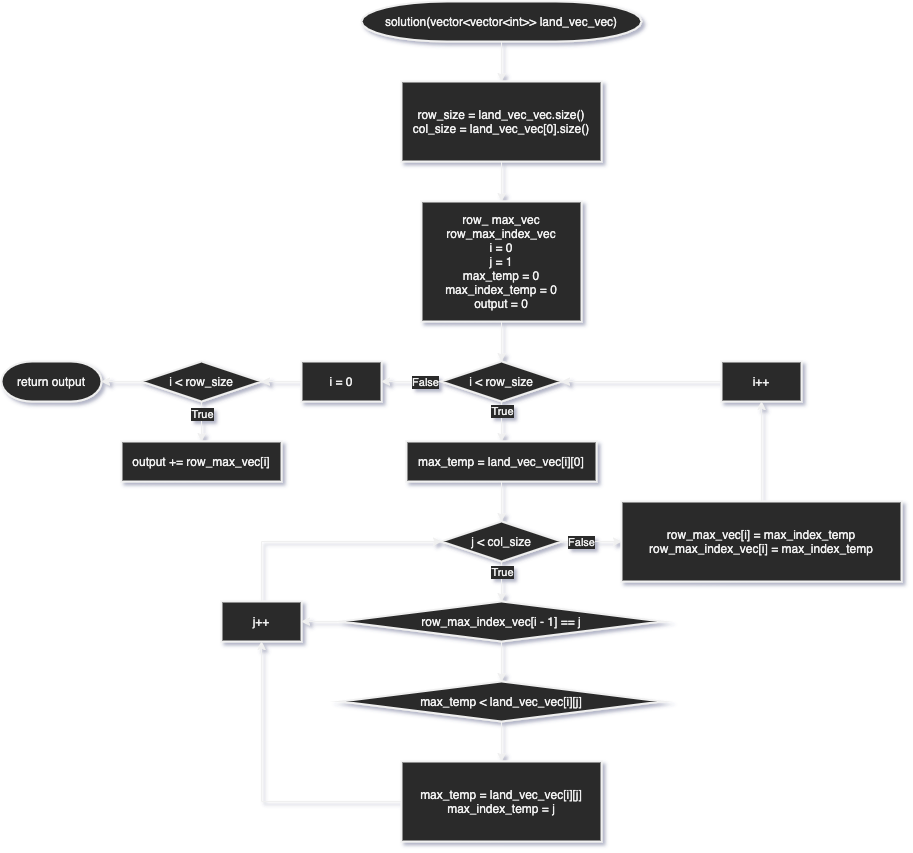
Before: ground picking-before.png, a diagram exported from draw.io (kalgory/201120_Ground-Picking_JHM). Source tidied: cells renumbered, new cells last; positions are measured from the earlier drawing's top-left corner, leaving out a move shared by most shapes. Source of this version:
```xml
<mxGraphModel>
  <root>
    <mxCell id="0" />
    <mxCell id="1" parent="0" />
    <mxCell id="2" style="edgeStyle=orthogonalEdgeStyle;rounded=0;jettySize=auto;html=1;" parent="1" edge="1" source="3" target="5">
      <mxGeometry relative="1" as="geometry" />
    </mxCell>
    <mxCell id="3" value="solution(vector&amp;lt;vector&amp;lt;int&amp;gt;&amp;gt; land_vec_vec)" style="strokeWidth=2;html=1;shape=mxgraph.flowchart.terminator;whiteSpace=wrap;" parent="1" vertex="1">
      <mxGeometry x="360" width="280" height="40" as="geometry" />
    </mxCell>
    <mxCell id="4" style="edgeStyle=orthogonalEdgeStyle;rounded=0;jettySize=auto;html=1;" parent="1" edge="1" source="5" target="12">
      <mxGeometry relative="1" as="geometry" />
    </mxCell>
    <mxCell id="5" value="row_size = land_vec_vec.size()&lt;br&gt;col_size = land_vec_vec[0].size()&lt;br&gt;" style="whiteSpace=wrap;html=1;strokeWidth=2;verticalAlign=middle;" parent="1" vertex="1">
      <mxGeometry x="400" y="80" width="200" height="80" as="geometry" />
    </mxCell>
    <mxCell id="6" style="edgeStyle=orthogonalEdgeStyle;rounded=0;jettySize=auto;html=1;" parent="1" edge="1" source="10" target="24">
      <mxGeometry relative="1" as="geometry" />
    </mxCell>
    <mxCell id="7" value="True" style="edgeLabel;html=1;align=center;verticalAlign=middle;" parent="6" vertex="1">
      <mxGeometry x="-0.5" y="-1" relative="1" as="geometry">
        <mxPoint x="1" y="-0.3" as="offset" />
      </mxGeometry>
    </mxCell>
    <mxCell id="8" style="edgeStyle=orthogonalEdgeStyle;rounded=0;jettySize=auto;html=1;" parent="1" edge="1" source="10" target="34">
      <mxGeometry relative="1" as="geometry" />
    </mxCell>
    <mxCell id="9" value="False" style="edgeLabel;html=1;align=center;verticalAlign=middle;" parent="8" vertex="1">
      <mxGeometry x="-0.58" relative="1" as="geometry">
        <mxPoint x="-3.5" as="offset" />
      </mxGeometry>
    </mxCell>
    <mxCell id="10" value="i &amp;lt; row_size" style="rhombus;whiteSpace=wrap;html=1;strokeWidth=2;" parent="1" vertex="1">
      <mxGeometry x="440" y="360" width="120" height="40" as="geometry" />
    </mxCell>
    <mxCell id="11" style="edgeStyle=orthogonalEdgeStyle;rounded=0;jettySize=auto;html=1;" parent="1" edge="1" source="12" target="10">
      <mxGeometry relative="1" as="geometry" />
    </mxCell>
    <mxCell id="12" value="row_ max_vec&lt;br&gt;row_max_index_vec&lt;br&gt;i = 0&lt;br&gt;j = 1&lt;br&gt;max_temp = 0&lt;br&gt;max_index_temp = 0&lt;br&gt;output = 0" style="whiteSpace=wrap;html=1;strokeWidth=2;" parent="1" vertex="1">
      <mxGeometry x="420" y="200" width="160" height="120" as="geometry" />
    </mxCell>
    <mxCell id="13" style="edgeStyle=orthogonalEdgeStyle;rounded=0;jettySize=auto;html=1;" parent="1" edge="1" source="17" target="20">
      <mxGeometry relative="1" as="geometry" />
    </mxCell>
    <mxCell id="14" value="True" style="edgeLabel;html=1;align=center;verticalAlign=middle;" parent="13" vertex="1">
      <mxGeometry x="-0.32" relative="1" as="geometry">
        <mxPoint y="-3.7" as="offset" />
      </mxGeometry>
    </mxCell>
    <mxCell id="15" style="edgeStyle=orthogonalEdgeStyle;rounded=0;jettySize=auto;html=1;" parent="1" edge="1" source="17" target="30">
      <mxGeometry relative="1" as="geometry" />
    </mxCell>
    <mxCell id="16" value="False" style="edgeLabel;html=1;align=center;verticalAlign=middle;" parent="15" vertex="1">
      <mxGeometry x="-0.66" y="-2" relative="1" as="geometry">
        <mxPoint x="9.7" y="-2" as="offset" />
      </mxGeometry>
    </mxCell>
    <mxCell id="17" value="j &amp;lt; col_size" style="rhombus;whiteSpace=wrap;html=1;strokeWidth=2;" parent="1" vertex="1">
      <mxGeometry x="440" y="520" width="120" height="40" as="geometry" />
    </mxCell>
    <mxCell id="18" style="edgeStyle=orthogonalEdgeStyle;rounded=0;jettySize=auto;html=1;" parent="1" edge="1" source="20" target="22">
      <mxGeometry relative="1" as="geometry" />
    </mxCell>
    <mxCell id="19" style="edgeStyle=orthogonalEdgeStyle;rounded=0;jettySize=auto;html=1;" parent="1" edge="1" source="20" target="26">
      <mxGeometry relative="1" as="geometry" />
    </mxCell>
    <mxCell id="20" value="row_max_index_vec[i - 1] == j" style="rhombus;whiteSpace=wrap;html=1;strokeWidth=2;" parent="1" vertex="1">
      <mxGeometry x="340" y="600" width="320" height="40" as="geometry" />
    </mxCell>
    <mxCell id="21" style="edgeStyle=orthogonalEdgeStyle;rounded=0;jettySize=auto;html=1;entryX=0;entryY=0.5;entryDx=0;entryDy=0;" parent="1" edge="1" source="22" target="17">
      <mxGeometry relative="1" as="geometry">
        <Array as="points">
          <mxPoint x="260" y="540" />
        </Array>
      </mxGeometry>
    </mxCell>
    <mxCell id="22" value="j++" style="whiteSpace=wrap;html=1;strokeWidth=2;" parent="1" vertex="1">
      <mxGeometry x="220" y="600" width="80" height="40" as="geometry" />
    </mxCell>
    <mxCell id="23" style="edgeStyle=orthogonalEdgeStyle;rounded=0;jettySize=auto;html=1;" parent="1" edge="1" source="24" target="17">
      <mxGeometry relative="1" as="geometry" />
    </mxCell>
    <mxCell id="24" value="max_temp = land_vec_vec[i][0]" style="whiteSpace=wrap;html=1;strokeWidth=2;" parent="1" vertex="1">
      <mxGeometry x="405" y="440" width="190" height="40" as="geometry" />
    </mxCell>
    <mxCell id="25" style="edgeStyle=orthogonalEdgeStyle;rounded=0;jettySize=auto;html=1;" parent="1" edge="1" source="26" target="28">
      <mxGeometry relative="1" as="geometry" />
    </mxCell>
    <mxCell id="26" value="max_temp &amp;lt; land_vec_vec[i][j]" style="rhombus;whiteSpace=wrap;html=1;strokeWidth=2;" parent="1" vertex="1">
      <mxGeometry x="340" y="680" width="320" height="40" as="geometry" />
    </mxCell>
    <mxCell id="27" style="edgeStyle=orthogonalEdgeStyle;rounded=0;jettySize=auto;html=1;entryX=0.5;entryY=1;entryDx=0;entryDy=0;" parent="1" edge="1" source="28" target="22">
      <mxGeometry relative="1" as="geometry" />
    </mxCell>
    <mxCell id="28" value="max_temp = land_vec_vec[i][j]&lt;br&gt;max_index_temp = j" style="whiteSpace=wrap;html=1;strokeWidth=2;" parent="1" vertex="1">
      <mxGeometry x="400" y="760" width="200" height="80" as="geometry" />
    </mxCell>
    <mxCell id="29" style="edgeStyle=orthogonalEdgeStyle;rounded=0;jettySize=auto;html=1;" parent="1" edge="1" source="30" target="32">
      <mxGeometry relative="1" as="geometry" />
    </mxCell>
    <mxCell id="30" value="&lt;span&gt;row_max_vec[i] = max_index_temp&lt;br&gt;&lt;/span&gt;row_max_index_vec[i] = max_index_temp&lt;span&gt;&lt;br&gt;&lt;/span&gt;" style="whiteSpace=wrap;html=1;strokeWidth=2;" parent="1" vertex="1">
      <mxGeometry x="620" y="500" width="280" height="80" as="geometry" />
    </mxCell>
    <mxCell id="31" style="edgeStyle=orthogonalEdgeStyle;rounded=0;jettySize=auto;html=1;entryX=1;entryY=0.5;entryDx=0;entryDy=0;" parent="1" edge="1" source="32" target="10">
      <mxGeometry relative="1" as="geometry" />
    </mxCell>
    <mxCell id="32" value="i++" style="whiteSpace=wrap;html=1;strokeWidth=2;" parent="1" vertex="1">
      <mxGeometry x="720" y="360" width="80" height="40" as="geometry" />
    </mxCell>
    <mxCell id="33" style="edgeStyle=orthogonalEdgeStyle;rounded=0;jettySize=auto;html=1;" parent="1" edge="1" source="34" target="38">
      <mxGeometry relative="1" as="geometry" />
    </mxCell>
    <mxCell id="34" value="i = 0" style="whiteSpace=wrap;html=1;strokeWidth=2;" parent="1" vertex="1">
      <mxGeometry x="300" y="360" width="80" height="40" as="geometry" />
    </mxCell>
    <mxCell id="35" style="edgeStyle=orthogonalEdgeStyle;rounded=0;jettySize=auto;html=1;" parent="1" edge="1" source="38" target="39">
      <mxGeometry relative="1" as="geometry" />
    </mxCell>
    <mxCell id="36" value="True" style="edgeLabel;html=1;align=center;verticalAlign=middle;" parent="35" vertex="1">
      <mxGeometry x="-0.42" relative="1" as="geometry" />
    </mxCell>
    <mxCell id="37" style="edgeStyle=orthogonalEdgeStyle;rounded=0;jettySize=auto;html=1;" parent="1" edge="1" source="38" target="40">
      <mxGeometry relative="1" as="geometry" />
    </mxCell>
    <mxCell id="38" value="&lt;span&gt;i &amp;lt; row_size&lt;/span&gt;" style="rhombus;whiteSpace=wrap;html=1;strokeWidth=2;" parent="1" vertex="1">
      <mxGeometry x="140" y="360" width="120" height="40" as="geometry" />
    </mxCell>
    <mxCell id="39" value="output += row_max_vec[i]" style="whiteSpace=wrap;html=1;strokeWidth=2;" parent="1" vertex="1">
      <mxGeometry x="120" y="440" width="160" height="40" as="geometry" />
    </mxCell>
    <mxCell id="40" value="return output" style="strokeWidth=2;html=1;shape=mxgraph.flowchart.terminator;whiteSpace=wrap;" parent="1" vertex="1">
      <mxGeometry y="360" width="100" height="40" as="geometry" />
    </mxCell>
  </root>
</mxGraphModel>
```
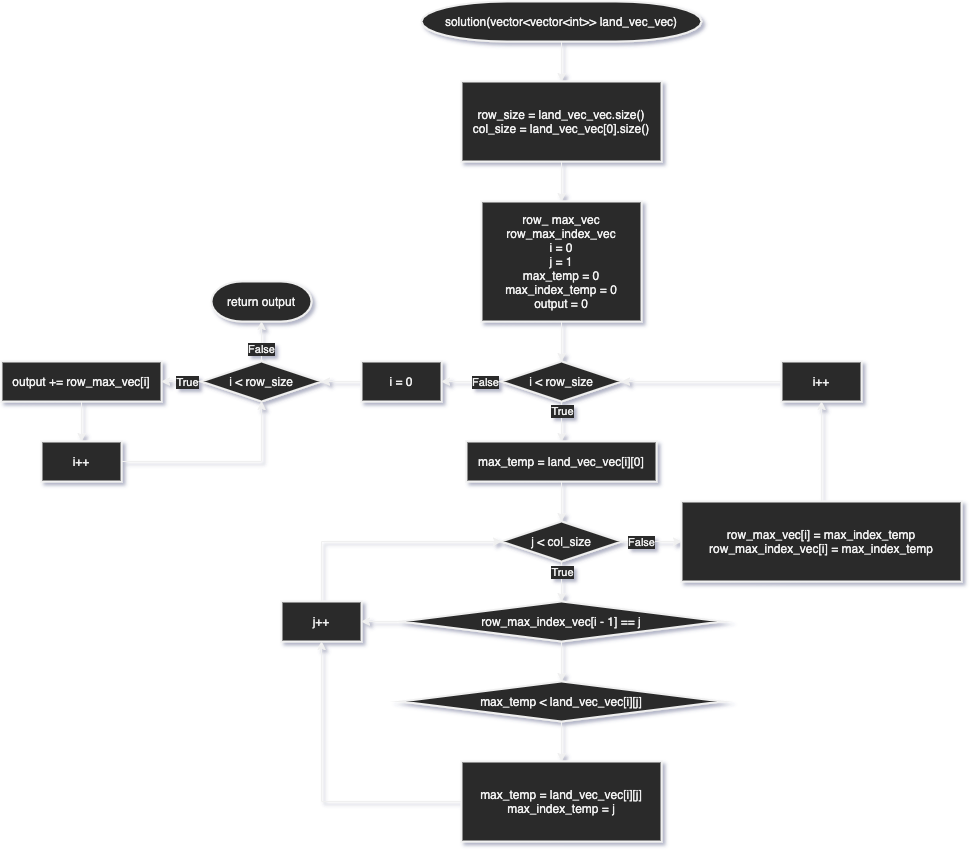
The same diagram one commit later.

The edit, as a diff of the source:
```diff
@@ -117,19 +117,35 @@
       <mxGeometry relative="1" as="geometry" />
     </mxCell>
     <mxCell id="36" value="True" style="edgeLabel;html=1;align=center;verticalAlign=middle;" parent="35" vertex="1">
-      <mxGeometry x="-0.42" relative="1" as="geometry" />
+      <mxGeometry x="-0.42" relative="1" as="geometry">
+        <mxPoint x="-3" as="offset" />
+      </mxGeometry>
     </mxCell>
     <mxCell id="37" style="edgeStyle=orthogonalEdgeStyle;rounded=0;jettySize=auto;html=1;" parent="1" edge="1" source="38" target="40">
       <mxGeometry relative="1" as="geometry" />
     </mxCell>
+    <mxCell id="41" value="False" style="edgeLabel;html=1;align=center;verticalAlign=middle;" parent="37" vertex="1">
+      <mxGeometry x="-0.35" relative="1" as="geometry">
+        <mxPoint x="-0.3" as="offset" />
+      </mxGeometry>
+    </mxCell>
     <mxCell id="38" value="&lt;span&gt;i &amp;lt; row_size&lt;/span&gt;" style="rhombus;whiteSpace=wrap;html=1;strokeWidth=2;" parent="1" vertex="1">
       <mxGeometry x="140" y="360" width="120" height="40" as="geometry" />
     </mxCell>
+    <mxCell id="42" style="edgeStyle=orthogonalEdgeStyle;rounded=0;jettySize=auto;html=1;" parent="1" edge="1" source="39" target="44">
+      <mxGeometry relative="1" as="geometry" />
+    </mxCell>
     <mxCell id="39" value="output += row_max_vec[i]" style="whiteSpace=wrap;html=1;strokeWidth=2;" parent="1" vertex="1">
-      <mxGeometry x="120" y="440" width="160" height="40" as="geometry" />
+      <mxGeometry x="-60" y="360" width="160" height="40" as="geometry" />
     </mxCell>
     <mxCell id="40" value="return output" style="strokeWidth=2;html=1;shape=mxgraph.flowchart.terminator;whiteSpace=wrap;" parent="1" vertex="1">
-      <mxGeometry y="360" width="100" height="40" as="geometry" />
+      <mxGeometry x="150" y="280" width="100" height="40" as="geometry" />
     </mxCell>
+    <mxCell id="43" style="edgeStyle=orthogonalEdgeStyle;rounded=0;jettySize=auto;html=1;entryX=0.5;entryY=1;entryDx=0;entryDy=0;" parent="1" edge="1" source="44" target="38">
+      <mxGeometry relative="1" as="geometry" />
+    </mxCell>
+    <mxCell id="44" value="i++" style="whiteSpace=wrap;html=1;strokeWidth=2;" parent="1" vertex="1">
+      <mxGeometry x="-20" y="440" width="80" height="40" as="geometry" />
+    </mxCell>
   </root>
 </mxGraphModel>
```
